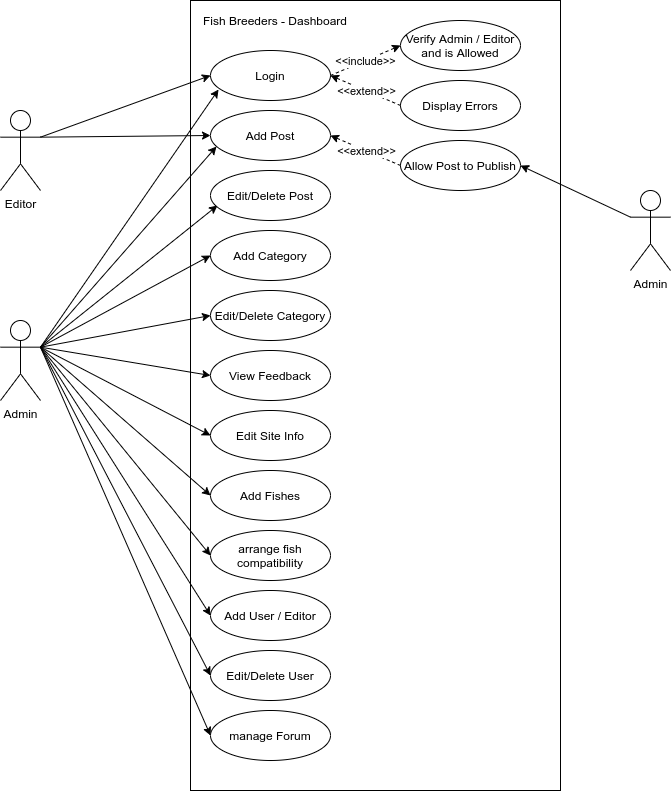
This is adminusecase.png from anupshrestha11/drawio, a draw.io export, as it was before one commit. Source tidied: cells renumbered, new cells last; positions are measured from the earlier drawing's top-left corner, leaving out a move shared by most shapes.
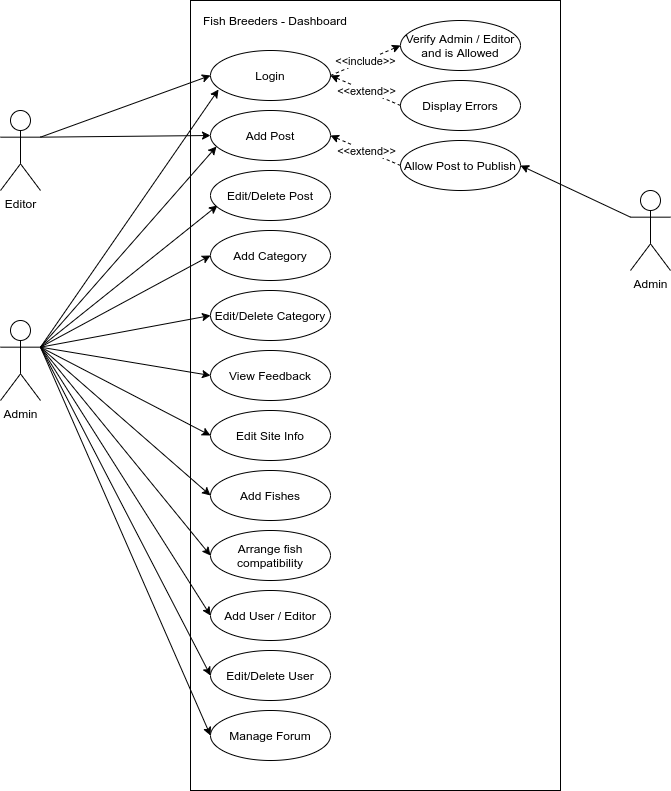
After the commit.

Change to the diagram source:
```diff
@@ -80,13 +80,13 @@
     <mxCell id="27" value="Add Fishes" style="ellipse;whiteSpace=wrap;html=1;" parent="1" vertex="1">
       <mxGeometry x="210" y="470" width="120" height="50" as="geometry" />
     </mxCell>
-    <mxCell id="28" value="arrange fish compatibility" style="ellipse;whiteSpace=wrap;html=1;" parent="1" vertex="1">
+    <mxCell id="28" value="Arrange fish compatibility" style="ellipse;whiteSpace=wrap;html=1;" parent="1" vertex="1">
       <mxGeometry x="210" y="530" width="120" height="50" as="geometry" />
     </mxCell>
     <mxCell id="29" value="Add User / Editor" style="ellipse;whiteSpace=wrap;html=1;" parent="1" vertex="1">
       <mxGeometry x="210" y="590" width="120" height="50" as="geometry" />
     </mxCell>
-    <mxCell id="30" value="manage Forum" style="ellipse;whiteSpace=wrap;html=1;" parent="1" vertex="1">
+    <mxCell id="30" value="Manage Forum" style="ellipse;whiteSpace=wrap;html=1;" parent="1" vertex="1">
       <mxGeometry x="210" y="710" width="120" height="50" as="geometry" />
     </mxCell>
     <mxCell id="31" value="Edit/Delete User" style="ellipse;whiteSpace=wrap;html=1;" parent="1" vertex="1">
```
